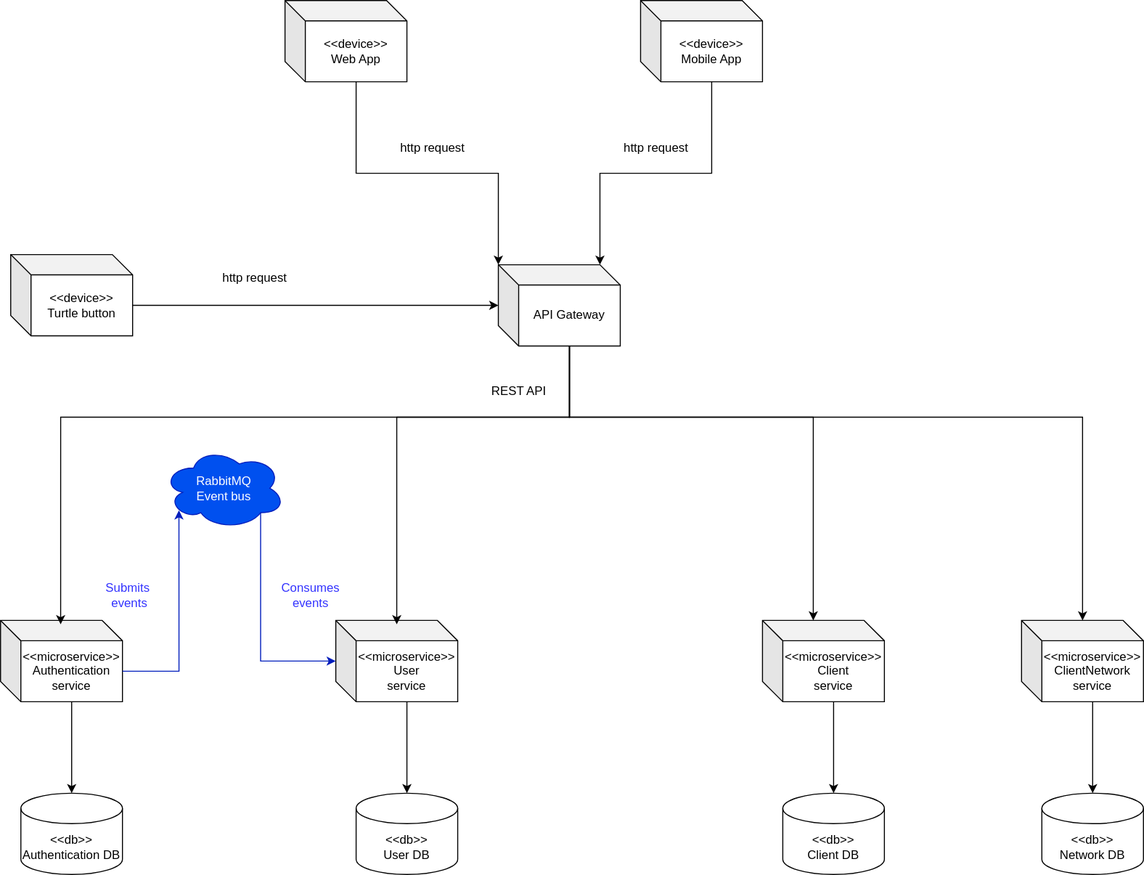
Before: Documentation/Design/SoftwareArchitecture.drawio.svg, a diagram exported from draw.io (r0jbY/uvjb). Source tidied: cells renumbered, new cells last; positions are measured from the earlier drawing's top-left corner, leaving out a move shared by most shapes.
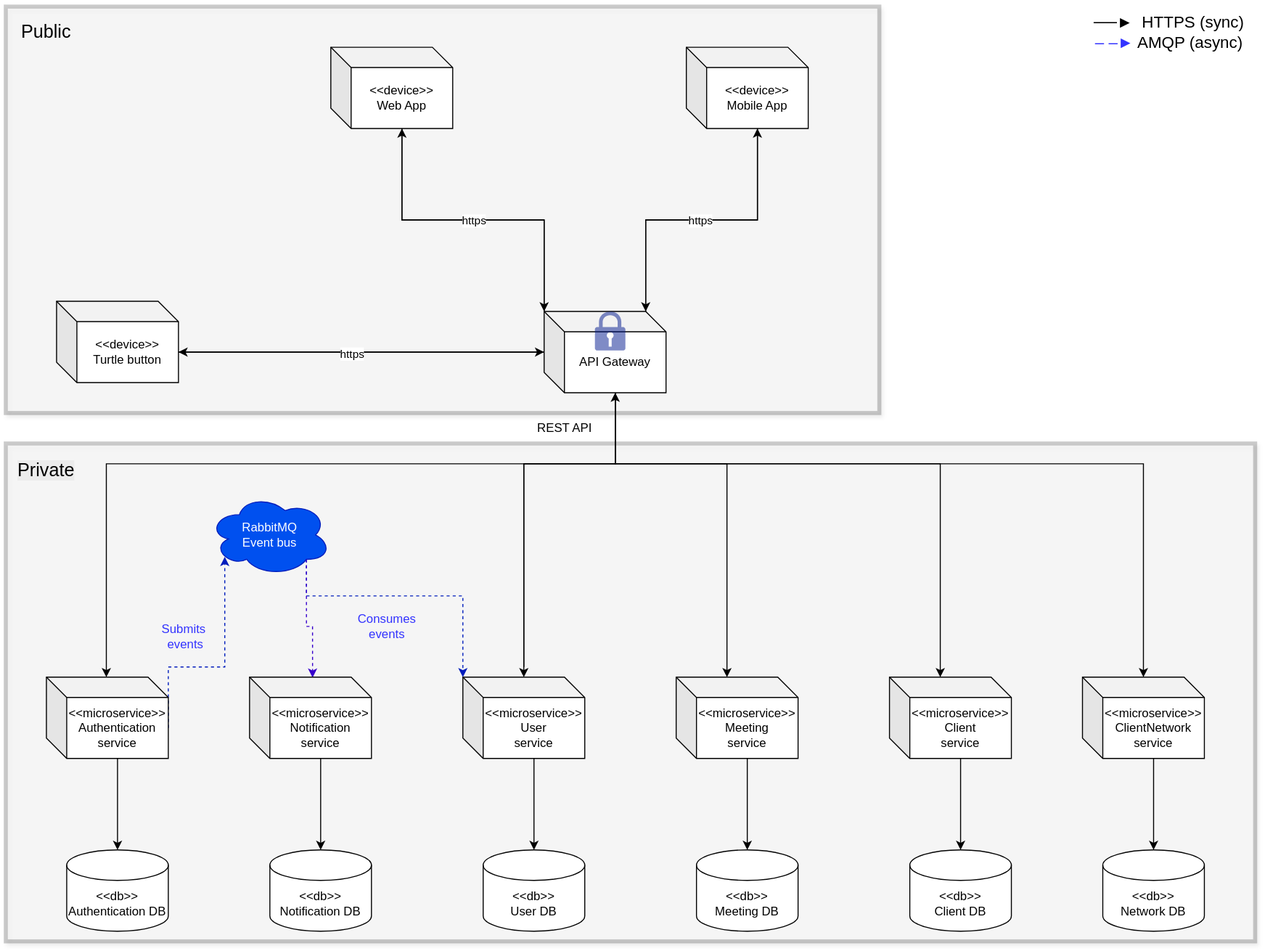
The same diagram one commit later.

The edit, as a diff of the source:
```diff
@@ -4,7 +4,13 @@
     <mxCell id="1" parent="0" />
+    <mxCell id="34" style="rounded=0;whiteSpace=wrap;html=1;opacity=20;gradientColor=none;fillColor=default;shadow=1;glass=0;strokeWidth=4;" parent="1" vertex="1">
+      <mxGeometry x="220" y="-40" width="860" height="400" as="geometry" />
+    </mxCell>
+    <mxCell id="35" style="rounded=0;whiteSpace=wrap;html=1;opacity=20;gradientColor=none;fillColor=default;shadow=1;glass=0;strokeWidth=4;" parent="1" vertex="1">
+      <mxGeometry x="220" y="390" width="1230" height="490" as="geometry" />
+    </mxCell>
     <mxCell id="2" value="&amp;lt;&amp;lt;device&amp;gt;&amp;gt;&lt;div&gt;Web App&lt;/div&gt;" style="shape=cube;whiteSpace=wrap;html=1;boundedLbl=1;backgroundOutline=1;darkOpacity=0.05;darkOpacity2=0.1;" parent="1" vertex="1">
-      <mxGeometry x="280" width="120" height="80" as="geometry" />
+      <mxGeometry x="540" width="120" height="80" as="geometry" />
     </mxCell>
     <mxCell id="3" value="&amp;lt;&amp;lt;device&amp;gt;&amp;gt;&lt;div&gt;Mobile App&lt;/div&gt;" style="shape=cube;whiteSpace=wrap;html=1;boundedLbl=1;backgroundOutline=1;darkOpacity=0.05;darkOpacity2=0.1;" parent="1" vertex="1">
-      <mxGeometry x="630" width="120" height="80" as="geometry" />
+      <mxGeometry x="890" width="120" height="80" as="geometry" />
     </mxCell>
@@ -14,3 +20,3 @@
     <mxCell id="5" value="&amp;lt;&amp;lt;device&amp;gt;&amp;gt;&lt;div&gt;Turtle button&lt;/div&gt;" style="shape=cube;whiteSpace=wrap;html=1;boundedLbl=1;backgroundOutline=1;darkOpacity=0.05;darkOpacity2=0.1;" parent="1" vertex="1">
-      <mxGeometry x="10" y="250" width="120" height="80" as="geometry" />
+      <mxGeometry x="270" y="250" width="120" height="80" as="geometry" />
     </mxCell>
@@ -19,4 +25,4 @@
         <Array as="points">
-          <mxPoint x="560" y="410" />
-          <mxPoint x="1065" y="410" />
+          <mxPoint x="820" y="410" />
+          <mxPoint x="1340" y="410" />
         </Array>
@@ -25,3 +31,3 @@
     <mxCell id="7" value="API Gateway" style="shape=cube;whiteSpace=wrap;html=1;boundedLbl=1;backgroundOutline=1;darkOpacity=0.05;darkOpacity2=0.1;" parent="1" vertex="1">
-      <mxGeometry x="490" y="260" width="120" height="80" as="geometry" />
+      <mxGeometry x="750" y="260" width="120" height="80" as="geometry" />
     </mxCell>
@@ -33,7 +39,4 @@
     </mxCell>
-    <mxCell id="10" value="&amp;lt;&amp;lt;microservice&amp;gt;&amp;gt;&lt;div&gt;Authentication service&lt;/div&gt;" style="shape=cube;whiteSpace=wrap;html=1;boundedLbl=1;backgroundOutline=1;darkOpacity=0.05;darkOpacity2=0.1;" parent="1" vertex="1">
-      <mxGeometry y="610" width="120" height="80" as="geometry" />
-    </mxCell>
     <mxCell id="11" value="&amp;lt;&amp;lt;db&amp;gt;&amp;gt;&lt;div&gt;Authentication DB&lt;/div&gt;" style="shape=cylinder3;whiteSpace=wrap;html=1;boundedLbl=1;backgroundOutline=1;size=15;" parent="1" vertex="1">
-      <mxGeometry x="20" y="780" width="100" height="80" as="geometry" />
+      <mxGeometry x="280" y="790" width="100" height="80" as="geometry" />
     </mxCell>
@@ -42,16 +45,4 @@
     </mxCell>
-    <mxCell id="13" value="http request" style="text;html=1;align=center;verticalAlign=middle;strokeColor=none;fillColor=none;" parent="1" vertex="1">
-      <mxGeometry x="205" y="258" width="90" height="30" as="geometry" />
-    </mxCell>
-    <mxCell id="14" value="http request" style="text;html=1;align=center;verticalAlign=middle;strokeColor=none;fillColor=none;" parent="1" vertex="1">
-      <mxGeometry x="380" y="130" width="90" height="30" as="geometry" />
-    </mxCell>
-    <mxCell id="15" value="http request" style="text;html=1;align=center;verticalAlign=middle;strokeColor=none;fillColor=none;" parent="1" vertex="1">
-      <mxGeometry x="600" y="130" width="90" height="30" as="geometry" />
-    </mxCell>
-    <mxCell id="16" value="&amp;lt;&amp;lt;microservice&amp;gt;&amp;gt;&lt;div&gt;User&lt;/div&gt;&lt;div&gt;service&lt;/div&gt;" style="shape=cube;whiteSpace=wrap;html=1;boundedLbl=1;backgroundOutline=1;darkOpacity=0.05;darkOpacity2=0.1;" parent="1" vertex="1">
-      <mxGeometry x="330" y="610" width="120" height="80" as="geometry" />
-    </mxCell>
     <mxCell id="17" value="&amp;lt;&amp;lt;db&amp;gt;&amp;gt;&lt;div&gt;User&amp;nbsp;&lt;span style=&quot;background-color: transparent; color: light-dark(rgb(0, 0, 0), rgb(255, 255, 255));&quot;&gt;DB&lt;/span&gt;&lt;/div&gt;" style="shape=cylinder3;whiteSpace=wrap;html=1;boundedLbl=1;backgroundOutline=1;size=15;" parent="1" vertex="1">
-      <mxGeometry x="350" y="780" width="100" height="80" as="geometry" />
+      <mxGeometry x="690" y="790" width="100" height="80" as="geometry" />
     </mxCell>
@@ -61,9 +52,6 @@
     <mxCell id="19" value="RabbitMQ&lt;div&gt;Event bus&lt;/div&gt;" style="ellipse;shape=cloud;whiteSpace=wrap;html=1;fillColor=#0050ef;fontColor=#ffffff;strokeColor=#001DBC;" parent="1" vertex="1">
-      <mxGeometry x="160" y="440" width="120" height="80" as="geometry" />
+      <mxGeometry x="420" y="440" width="120" height="80" as="geometry" />
     </mxCell>
-    <mxCell id="20" value="&amp;lt;&amp;lt;microservice&amp;gt;&amp;gt;&lt;div&gt;ClientNetwork&lt;/div&gt;&lt;div&gt;service&lt;/div&gt;" style="shape=cube;whiteSpace=wrap;html=1;boundedLbl=1;backgroundOutline=1;darkOpacity=0.05;darkOpacity2=0.1;" parent="1" vertex="1">
-      <mxGeometry x="1005" y="610" width="120" height="80" as="geometry" />
-    </mxCell>
     <mxCell id="21" value="&amp;lt;&amp;lt;db&amp;gt;&amp;gt;&lt;div&gt;Network&amp;nbsp;&lt;span style=&quot;background-color: transparent; color: light-dark(rgb(0, 0, 0), rgb(255, 255, 255));&quot;&gt;DB&lt;/span&gt;&lt;/div&gt;" style="shape=cylinder3;whiteSpace=wrap;html=1;boundedLbl=1;backgroundOutline=1;size=15;" parent="1" vertex="1">
-      <mxGeometry x="1025" y="780" width="100" height="80" as="geometry" />
+      <mxGeometry x="1300" y="790" width="100" height="80" as="geometry" />
     </mxCell>
@@ -72,7 +60,4 @@
     </mxCell>
-    <mxCell id="23" value="&amp;lt;&amp;lt;microservice&amp;gt;&amp;gt;&lt;div&gt;Client&lt;/div&gt;&lt;div&gt;service&lt;/div&gt;" style="shape=cube;whiteSpace=wrap;html=1;boundedLbl=1;backgroundOutline=1;darkOpacity=0.05;darkOpacity2=0.1;" parent="1" vertex="1">
-      <mxGeometry x="750" y="610" width="120" height="80" as="geometry" />
-    </mxCell>
     <mxCell id="24" value="&amp;lt;&amp;lt;db&amp;gt;&amp;gt;&lt;div&gt;Client&amp;nbsp;&lt;span style=&quot;background-color: transparent; color: light-dark(rgb(0, 0, 0), rgb(255, 255, 255));&quot;&gt;DB&lt;/span&gt;&lt;/div&gt;" style="shape=cylinder3;whiteSpace=wrap;html=1;boundedLbl=1;backgroundOutline=1;size=15;" parent="1" vertex="1">
-      <mxGeometry x="770" y="780" width="100" height="80" as="geometry" />
+      <mxGeometry x="1110" y="790" width="100" height="80" as="geometry" />
     </mxCell>
@@ -81,7 +66,8 @@
     </mxCell>
-    <mxCell id="26" style="edgeStyle=orthogonalEdgeStyle;rounded=0;jettySize=auto;html=1;exitX=0;exitY=0;exitDx=70;exitDy=80;exitPerimeter=0;entryX=0.493;entryY=0.048;entryDx=0;entryDy=0;entryPerimeter=0;" parent="1" edge="1" source="7" target="10">
+    <mxCell id="26" style="edgeStyle=orthogonalEdgeStyle;rounded=0;jettySize=auto;html=1;exitX=0;exitY=0;exitDx=70;exitDy=80;exitPerimeter=0;" parent="1" edge="1" source="7">
       <mxGeometry relative="1" as="geometry">
+        <mxPoint x="319" y="620" as="targetPoint" />
         <Array as="points">
-          <mxPoint x="560" y="410" />
-          <mxPoint x="59" y="410" />
+          <mxPoint x="820" y="410" />
+          <mxPoint x="319" y="410" />
         </Array>
@@ -89,7 +75,8 @@
     </mxCell>
-    <mxCell id="27" style="edgeStyle=orthogonalEdgeStyle;rounded=0;jettySize=auto;html=1;exitX=0;exitY=0;exitDx=70;exitDy=80;exitPerimeter=0;entryX=0.5;entryY=0.048;entryDx=0;entryDy=0;entryPerimeter=0;" parent="1" edge="1" source="7" target="16">
+    <mxCell id="27" style="edgeStyle=orthogonalEdgeStyle;rounded=0;jettySize=auto;html=1;exitX=0;exitY=0;exitDx=70;exitDy=80;exitPerimeter=0;" parent="1" edge="1" source="7">
       <mxGeometry relative="1" as="geometry">
+        <mxPoint x="730" y="620" as="targetPoint" />
         <Array as="points">
-          <mxPoint x="560" y="410" />
-          <mxPoint x="390" y="410" />
+          <mxPoint x="820" y="410" />
+          <mxPoint x="730" y="410" />
         </Array>
@@ -100,4 +87,4 @@
         <Array as="points">
-          <mxPoint x="560" y="410" />
-          <mxPoint x="800" y="410" />
+          <mxPoint x="820" y="410" />
+          <mxPoint x="1140" y="410" />
         </Array>
@@ -105,9 +92,15 @@
     </mxCell>
-    <mxCell id="29" style="edgeStyle=orthogonalEdgeStyle;rounded=0;jettySize=auto;html=1;exitX=0;exitY=0;exitDx=120;exitDy=50;exitPerimeter=0;entryX=0.13;entryY=0.77;entryDx=0;entryDy=0;entryPerimeter=0;fillColor=#0050ef;strokeColor=#001DBC;" parent="1" edge="1" source="10" target="19">
-      <mxGeometry relative="1" as="geometry" />
+    <mxCell id="29" style="edgeStyle=orthogonalEdgeStyle;rounded=0;jettySize=auto;html=1;exitX=0;exitY=0;exitDx=120;exitDy=50;exitPerimeter=0;entryX=0.13;entryY=0.77;entryDx=0;entryDy=0;entryPerimeter=0;fillColor=#0050ef;strokeColor=#001DBC;dashed=1;" parent="1" edge="1" source="10" target="19">
+      <mxGeometry relative="1" as="geometry">
+        <Array as="points">
+          <mxPoint x="380" y="610" />
+          <mxPoint x="436" y="610" />
+        </Array>
+      </mxGeometry>
     </mxCell>
-    <mxCell id="30" style="edgeStyle=orthogonalEdgeStyle;rounded=0;jettySize=auto;html=1;exitX=0.8;exitY=0.8;exitDx=0;exitDy=0;exitPerimeter=0;entryX=0;entryY=0.5;entryDx=0;entryDy=0;entryPerimeter=0;fillColor=#0050ef;strokeColor=#001DBC;" parent="1" edge="1" source="19" target="16">
+    <mxCell id="30" style="edgeStyle=orthogonalEdgeStyle;rounded=0;jettySize=auto;html=1;exitX=0.8;exitY=0.8;exitDx=0;exitDy=0;exitPerimeter=0;entryX=0;entryY=0;entryDx=0;entryDy=0;entryPerimeter=0;fillColor=#0050ef;strokeColor=#001DBC;dashed=1;" parent="1" edge="1" source="19" target="16">
       <mxGeometry relative="1" as="geometry">
         <Array as="points">
-          <mxPoint x="256" y="650" />
+          <mxPoint x="516" y="540" />
+          <mxPoint x="670" y="540" />
         </Array>
@@ -116,10 +109,95 @@
     <mxCell id="31" value="REST API" style="text;html=1;align=center;verticalAlign=middle;strokeColor=none;fillColor=none;" parent="1" vertex="1">
-      <mxGeometry x="470" y="370" width="80" height="30" as="geometry" />
+      <mxGeometry x="730" y="360" width="80" height="30" as="geometry" />
     </mxCell>
     <mxCell id="32" value="&lt;div&gt;&lt;font style=&quot;color: rgb(51, 51, 255);&quot;&gt;Submits&lt;/font&gt;&lt;/div&gt;&lt;div&gt;&lt;font style=&quot;color: rgb(51, 51, 255);&quot;&gt;&amp;nbsp;even&lt;/font&gt;&lt;span style=&quot;color: light-dark(rgb(51, 51, 255), rgb(168, 168, 255)); background-color: transparent;&quot;&gt;ts&lt;/span&gt;&lt;/div&gt;" style="text;html=1;align=center;verticalAlign=middle;strokeColor=none;fillColor=none;" parent="1" vertex="1">
-      <mxGeometry x="90" y="565" width="70" height="40" as="geometry" />
+      <mxGeometry x="360" y="560" width="70" height="40" as="geometry" />
     </mxCell>
     <mxCell id="33" value="&lt;font color=&quot;#3333ff&quot;&gt;Consumes&lt;/font&gt;&lt;div&gt;&lt;font color=&quot;#3333ff&quot;&gt;events&lt;/font&gt;&lt;/div&gt;" style="text;html=1;align=center;verticalAlign=middle;strokeColor=none;fillColor=none;" parent="1" vertex="1">
-      <mxGeometry x="265" y="565" width="80" height="40" as="geometry" />
+      <mxGeometry x="555" y="550" width="80" height="40" as="geometry" />
     </mxCell>
+    <mxCell id="36" value="&amp;lt;&amp;lt;db&amp;gt;&amp;gt;&lt;div&gt;Meeting&amp;nbsp;&lt;span style=&quot;background-color: transparent; color: light-dark(rgb(0, 0, 0), rgb(255, 255, 255));&quot;&gt;DB&lt;/span&gt;&lt;/div&gt;" style="shape=cylinder3;whiteSpace=wrap;html=1;boundedLbl=1;backgroundOutline=1;size=15;" parent="1" vertex="1">
+      <mxGeometry x="900" y="790" width="100" height="80" as="geometry" />
+    </mxCell>
+    <mxCell id="37" style="edgeStyle=orthogonalEdgeStyle;rounded=0;jettySize=auto;html=1;exitX=0;exitY=0;exitDx=70;exitDy=80;exitPerimeter=0;entryX=0.5;entryY=0;entryDx=0;entryDy=0;entryPerimeter=0;" parent="1" edge="1" source="51" target="36">
+      <mxGeometry relative="1" as="geometry" />
+    </mxCell>
+    <mxCell id="38" style="edgeStyle=orthogonalEdgeStyle;rounded=0;jettySize=auto;html=1;exitX=0;exitY=0;exitDx=70;exitDy=80;exitPerimeter=0;" parent="1" edge="1" source="52" target="39">
+      <mxGeometry relative="1" as="geometry" />
+    </mxCell>
+    <mxCell id="39" value="&amp;lt;&amp;lt;db&amp;gt;&amp;gt;&lt;div&gt;Notification&amp;nbsp;&lt;span style=&quot;background-color: transparent; color: light-dark(rgb(0, 0, 0), rgb(255, 255, 255));&quot;&gt;DB&lt;/span&gt;&lt;/div&gt;" style="shape=cylinder3;whiteSpace=wrap;html=1;boundedLbl=1;backgroundOutline=1;size=15;" parent="1" vertex="1">
+      <mxGeometry x="480" y="790" width="100" height="80" as="geometry" />
+    </mxCell>
+    <mxCell id="40" style="edgeStyle=orthogonalEdgeStyle;rounded=0;jettySize=auto;html=1;exitX=0.8;exitY=0.8;exitDx=0;exitDy=0;exitPerimeter=0;entryX=0.517;entryY=0.006;entryDx=0;entryDy=0;entryPerimeter=0;fillColor=#6a00ff;strokeColor=#3700CC;dashed=1;" parent="1" edge="1" source="19" target="52">
+      <mxGeometry relative="1" as="geometry">
+        <Array as="points">
+          <mxPoint x="516" y="570" />
+          <mxPoint x="522" y="570" />
+        </Array>
+      </mxGeometry>
+    </mxCell>
+    <mxCell id="41" style="edgeStyle=orthogonalEdgeStyle;rounded=0;jettySize=auto;html=1;exitX=0;exitY=0;exitDx=70;exitDy=80;exitPerimeter=0;entryX=0;entryY=0;entryDx=50;entryDy=0;entryPerimeter=0;" parent="1" edge="1" source="7" target="51">
+      <mxGeometry relative="1" as="geometry">
+        <Array as="points">
+          <mxPoint x="820" y="410" />
+          <mxPoint x="930" y="410" />
+        </Array>
+      </mxGeometry>
+    </mxCell>
+    <mxCell id="42" style="edgeStyle=orthogonalEdgeStyle;rounded=0;jettySize=auto;html=1;exitX=0;exitY=0;exitDx=100;exitDy=0;exitPerimeter=0;entryX=0;entryY=0;entryDx=70;entryDy=80;entryPerimeter=0;" parent="1" edge="1" source="7" target="3">
+      <mxGeometry relative="1" as="geometry" />
+    </mxCell>
+    <mxCell id="43" value="https" style="edgeLabel;html=1;align=center;verticalAlign=middle;" parent="42" vertex="1">
+      <mxGeometry relative="1" as="geometry" />
+    </mxCell>
+    <mxCell id="44" style="edgeStyle=orthogonalEdgeStyle;rounded=0;jettySize=auto;html=1;exitX=0;exitY=0;exitDx=0;exitDy=0;exitPerimeter=0;entryX=0;entryY=0;entryDx=70;entryDy=80;entryPerimeter=0;" parent="1" edge="1" source="7" target="2">
+      <mxGeometry relative="1" as="geometry" />
+    </mxCell>
+    <mxCell id="45" value="https" style="edgeLabel;html=1;align=center;verticalAlign=middle;" parent="44" vertex="1">
+      <mxGeometry relative="1" as="geometry" />
+    </mxCell>
+    <mxCell id="46" style="edgeStyle=orthogonalEdgeStyle;rounded=0;jettySize=auto;html=1;entryX=0;entryY=0;entryDx=120;entryDy=50;entryPerimeter=0;" parent="1" edge="1" source="7" target="5">
+      <mxGeometry relative="1" as="geometry" />
+    </mxCell>
+    <mxCell id="47" value="https" style="edgeLabel;html=1;align=center;verticalAlign=middle;" parent="46" vertex="1">
+      <mxGeometry x="0.05" y="1" relative="1" as="geometry" />
+    </mxCell>
+    <mxCell id="48" style="edgeStyle=orthogonalEdgeStyle;rounded=0;jettySize=auto;html=1;entryX=0;entryY=0;entryDx=70;entryDy=80;entryPerimeter=0;" parent="1" edge="1" target="7">
+      <mxGeometry relative="1" as="geometry">
+        <mxPoint x="730" y="610" as="sourcePoint" />
+        <Array as="points">
+          <mxPoint x="730" y="410" />
+          <mxPoint x="820" y="410" />
+        </Array>
+      </mxGeometry>
+    </mxCell>
+    <mxCell id="49" value="&lt;font style=&quot;font-size: 18px;&quot;&gt;Public&lt;/font&gt;" style="text;html=1;align=center;verticalAlign=middle;whiteSpace=wrap;rounded=0;" parent="1" vertex="1">
+      <mxGeometry x="220" y="-30" width="80" height="30" as="geometry" />
+    </mxCell>
+    <mxCell id="50" value="&lt;span style=&quot;color: rgb(0, 0, 0); font-family: Helvetica; font-size: 18px; font-style: normal; font-variant-ligatures: normal; font-variant-caps: normal; font-weight: 400; letter-spacing: normal; orphans: 2; text-indent: 0px; text-transform: none; widows: 2; word-spacing: 0px; -webkit-text-stroke-width: 0px; white-space: normal; background-color: rgb(236, 236, 236); text-decoration-thickness: initial; text-decoration-style: initial; text-decoration-color: initial; float: none; display: inline !important;&quot;&gt;Private&lt;/span&gt;" style="text;whiteSpace=wrap;html=1;align=center;" parent="1" vertex="1">
+      <mxGeometry x="220" y="400" width="80" height="30" as="geometry" />
+    </mxCell>
+    <mxCell id="10" value="&amp;lt;&amp;lt;microservice&amp;gt;&amp;gt;&lt;div&gt;Authentication service&lt;/div&gt;" style="shape=cube;whiteSpace=wrap;html=1;boundedLbl=1;backgroundOutline=1;darkOpacity=0.05;darkOpacity2=0.1;" parent="1" vertex="1">
+      <mxGeometry x="260" y="620" width="120" height="80" as="geometry" />
+    </mxCell>
+    <mxCell id="16" value="&amp;lt;&amp;lt;microservice&amp;gt;&amp;gt;&lt;div&gt;User&lt;/div&gt;&lt;div&gt;service&lt;/div&gt;" style="shape=cube;whiteSpace=wrap;html=1;boundedLbl=1;backgroundOutline=1;darkOpacity=0.05;darkOpacity2=0.1;" parent="1" vertex="1">
+      <mxGeometry x="670" y="620" width="120" height="80" as="geometry" />
+    </mxCell>
+    <mxCell id="20" value="&amp;lt;&amp;lt;microservice&amp;gt;&amp;gt;&lt;div&gt;ClientNetwork&lt;/div&gt;&lt;div&gt;service&lt;/div&gt;" style="shape=cube;whiteSpace=wrap;html=1;boundedLbl=1;backgroundOutline=1;darkOpacity=0.05;darkOpacity2=0.1;" parent="1" vertex="1">
+      <mxGeometry x="1280" y="620" width="120" height="80" as="geometry" />
+    </mxCell>
+    <mxCell id="23" value="&amp;lt;&amp;lt;microservice&amp;gt;&amp;gt;&lt;div&gt;Client&lt;/div&gt;&lt;div&gt;service&lt;/div&gt;" style="shape=cube;whiteSpace=wrap;html=1;boundedLbl=1;backgroundOutline=1;darkOpacity=0.05;darkOpacity2=0.1;" parent="1" vertex="1">
+      <mxGeometry x="1090" y="620" width="120" height="80" as="geometry" />
+    </mxCell>
+    <mxCell id="51" value="&amp;lt;&amp;lt;microservice&amp;gt;&amp;gt;&lt;div&gt;&lt;span style=&quot;background-color: transparent; color: light-dark(rgb(0, 0, 0), rgb(255, 255, 255));&quot;&gt;Meeting&lt;/span&gt;&lt;/div&gt;&lt;div&gt;&lt;span style=&quot;background-color: transparent; color: light-dark(rgb(0, 0, 0), rgb(255, 255, 255));&quot;&gt;service&lt;/span&gt;&lt;/div&gt;" style="shape=cube;whiteSpace=wrap;html=1;boundedLbl=1;backgroundOutline=1;darkOpacity=0.05;darkOpacity2=0.1;" parent="1" vertex="1">
+      <mxGeometry x="880" y="620" width="120" height="80" as="geometry" />
+    </mxCell>
+    <mxCell id="52" value="&amp;lt;&amp;lt;microservice&amp;gt;&amp;gt;&lt;div&gt;Notification&lt;/div&gt;&lt;div&gt;service&lt;/div&gt;" style="shape=cube;whiteSpace=wrap;html=1;boundedLbl=1;backgroundOutline=1;darkOpacity=0.05;darkOpacity2=0.1;" parent="1" vertex="1">
+      <mxGeometry x="460" y="620" width="120" height="80" as="geometry" />
+    </mxCell>
+    <mxCell id="53" style="sketch=0;shadow=0;dashed=0;html=1;strokeColor=none;labelPosition=center;verticalLabelPosition=bottom;verticalAlign=top;align=center;fillColor=#00188D;shape=mxgraph.mscae.enterprise.lock;opacity=50;" parent="1" vertex="1">
+      <mxGeometry x="800" y="260" width="30" height="38.5" as="geometry" />
+    </mxCell>
+    <mxCell id="54" value="&lt;div&gt;&lt;font style=&quot;font-size: 16px;&quot;&gt;──►&amp;nbsp; HTTPS (sync)&lt;/font&gt;&lt;/div&gt;&lt;div&gt;&lt;font style=&quot;font-size: 16px;&quot;&gt;&lt;font style=&quot;color: rgb(51, 51, 255);&quot;&gt;– –►&lt;/font&gt; AMQP (async)&lt;/font&gt;&lt;/div&gt;" style="text;html=1;align=center;verticalAlign=middle;strokeColor=none;fillColor=none;" parent="1" vertex="1">
+      <mxGeometry x="1280" y="-40" width="170" height="50" as="geometry" />
+    </mxCell>
   </root>
```
